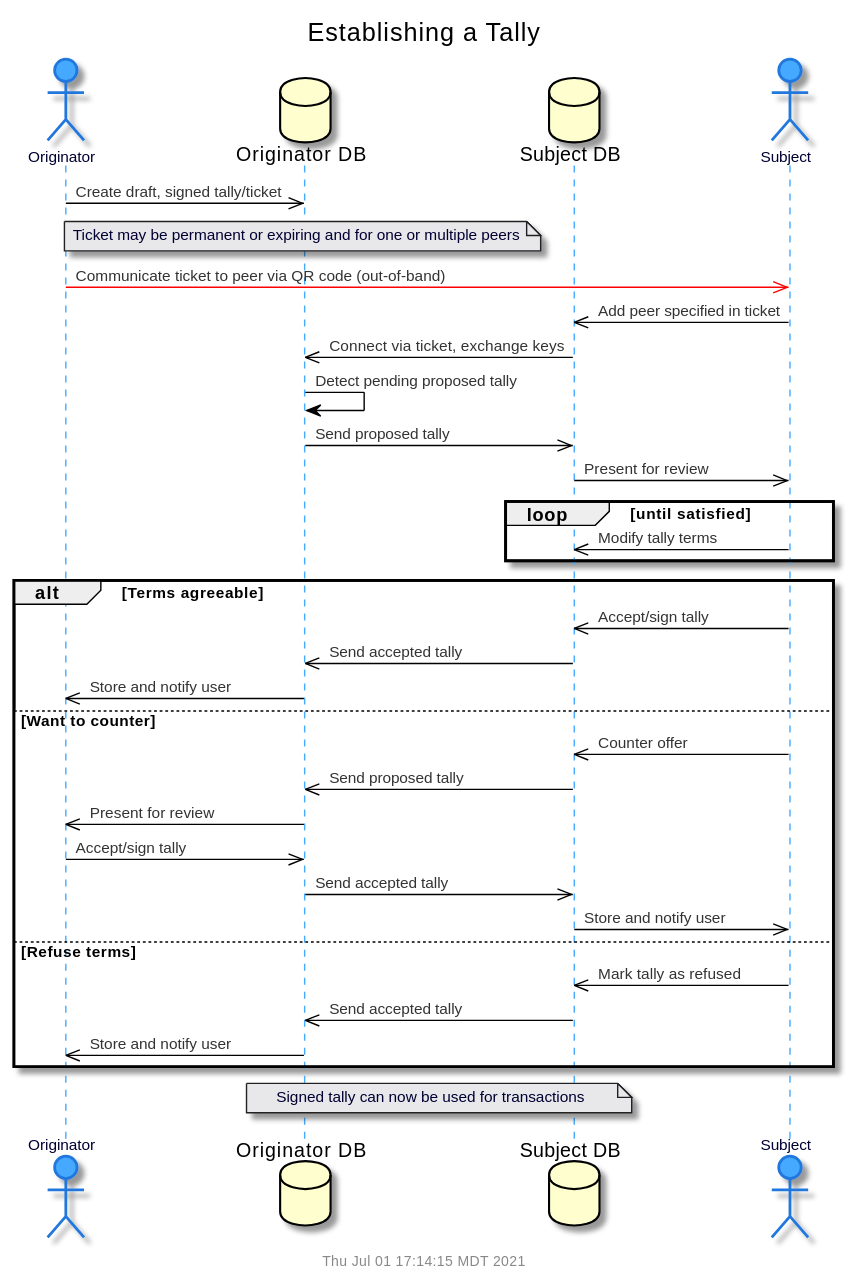
gotchoices/MyCHIPs keeps this PlantUML diagram as doc/uml/seq-tally.svg. Above is the earlier version.
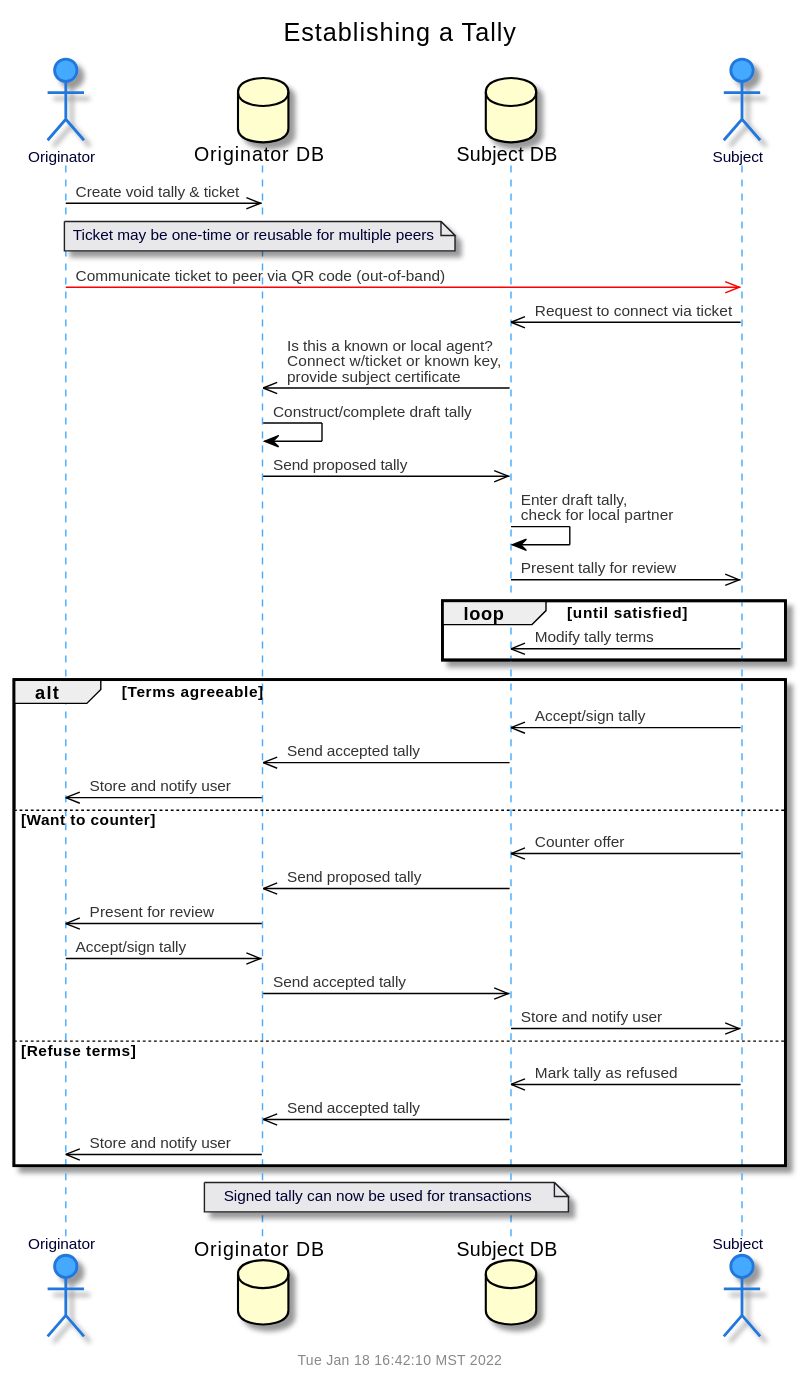
After the change.

The edit, as a diff of the source:
```diff
@@ -6,16 +6,17 @@
 database "Subject DB" as subjDB
 actor "Subject" as subj
 
-prop	->>	propDB:		Create draft, signed tally/ticket
+prop	->>	propDB:		Create void tally & ticket
 note over propDB
-  Ticket may be permanent or expiring and for one or multiple peers
+  Ticket may be one-time or reusable for multiple peers
 end note
 prop	-[#red]>> subj:		Communicate ticket to peer via QR code (out-of-band)
-subj	->>	subjDB:		Add peer specified in ticket
-subjDB	->>	propDB:		Connect via ticket, exchange keys
-propDB	->	propDB:		Detect pending proposed tally
+subj	->>	subjDB:		Request to connect via ticket
+subjDB	->>	propDB:		Is this a known or local agent?\nConnect w/ticket or known key,\nprovide subject certificate
+propDB	->	propDB:		Construct/complete draft tally
 propDB	->>	subjDB:		Send proposed tally
-subjDB	->>	subj:		Present for review
+subjDB	->	subjDB:		Enter draft tally,\ncheck for local partner
+subjDB	->>	subj:		Present tally for review
 loop until satisfied
  subj	->>	subjDB:		Modify tally terms
 end loop
```
